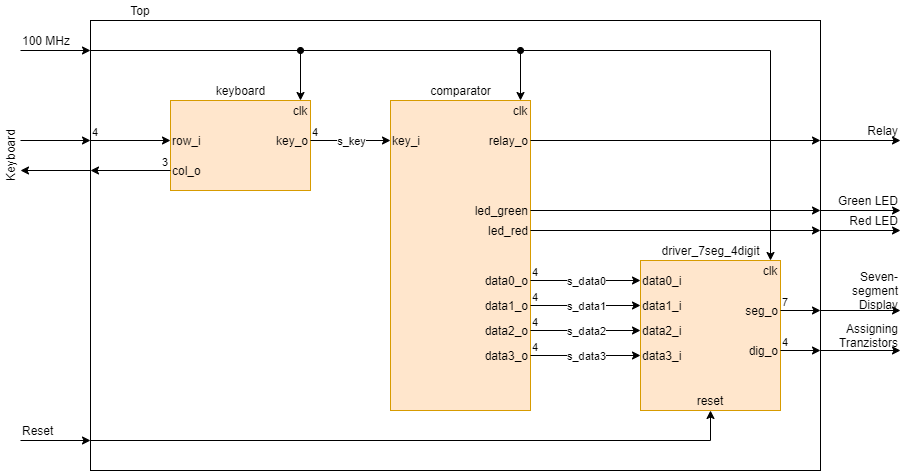
Earlier version of the draw.io export Images/Top-Door_Lock.png (GeorgeNavratil/Door_Lock-DE1_Project). Source tidied: cells renumbered, new cells last; positions are measured from the earlier drawing's top-left corner, leaving out a move shared by most shapes.
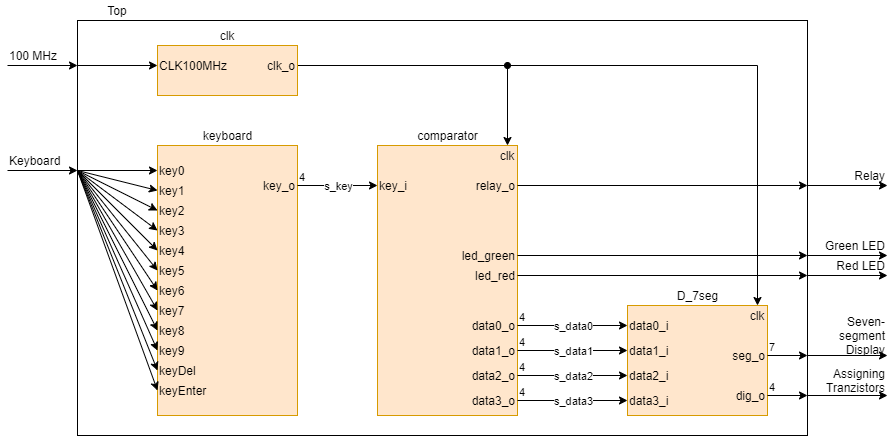
Later version of the same file.

Diff of the diagram source:
```diff
@@ -3,25 +3,19 @@
     <mxCell id="0" />
     <mxCell id="1" parent="0" />
     <mxCell id="2" style="rounded=0;whiteSpace=wrap;html=1;fillColor=none;align=right;" parent="1" vertex="1">
-      <mxGeometry x="100" y="20" width="730" height="450" as="geometry" />
+      <mxGeometry x="100" y="-25" width="730" height="415" as="geometry" />
     </mxCell>
     <mxCell id="3" style="rounded=0;whiteSpace=wrap;html=1;fillColor=#ffe6cc;strokeColor=#d79b00;" parent="1" vertex="1">
-      <mxGeometry x="180" y="100" width="140" height="90" as="geometry" />
+      <mxGeometry x="180" y="100" width="140" height="270" as="geometry" />
     </mxCell>
     <mxCell id="4" value="keyboard" style="text;html=1;strokeColor=none;fillColor=none;align=center;verticalAlign=middle;whiteSpace=wrap;rounded=0;" parent="1" vertex="1">
       <mxGeometry x="217.5" y="80" width="65" height="20" as="geometry" />
     </mxCell>
-    <mxCell id="5" value="row_i" style="text;html=1;strokeColor=none;fillColor=none;align=left;verticalAlign=middle;whiteSpace=wrap;rounded=0;" parent="1" vertex="1">
-      <mxGeometry x="180" y="130" width="40" height="20" as="geometry" />
-    </mxCell>
-    <mxCell id="6" value="col_o" style="text;html=1;strokeColor=none;fillColor=none;align=left;verticalAlign=middle;whiteSpace=wrap;rounded=0;" parent="1" vertex="1">
-      <mxGeometry x="180" y="160" width="40" height="20" as="geometry" />
-    </mxCell>
     <mxCell id="7" value="key_o" style="text;html=1;strokeColor=none;fillColor=none;align=right;verticalAlign=middle;whiteSpace=wrap;rounded=0;" parent="1" vertex="1">
       <mxGeometry x="280" y="130" width="40" height="20" as="geometry" />
     </mxCell>
     <mxCell id="8" style="rounded=0;whiteSpace=wrap;html=1;fillColor=#ffe6cc;strokeColor=#d79b00;" parent="1" vertex="1">
-      <mxGeometry x="400" y="100" width="140" height="310" as="geometry" />
+      <mxGeometry x="400" y="100" width="140" height="270" as="geometry" />
     </mxCell>
     <mxCell id="9" value="comparator" style="text;html=1;strokeColor=none;fillColor=none;align=center;verticalAlign=middle;whiteSpace=wrap;rounded=0;" parent="1" vertex="1">
       <mxGeometry x="437.5" y="80" width="65" height="20" as="geometry" />
@@ -69,14 +63,11 @@
       <mxGeometry x="500" y="345" width="40" height="20" as="geometry" />
     </mxCell>
     <mxCell id="22" style="rounded=0;whiteSpace=wrap;html=1;fillColor=#ffe6cc;strokeColor=#d79b00;" parent="1" vertex="1">
-      <mxGeometry x="650" y="260" width="140" height="150" as="geometry" />
+      <mxGeometry x="650" y="260" width="140" height="110" as="geometry" />
     </mxCell>
-    <mxCell id="23" value="driver_7seg_4digit" style="text;html=1;strokeColor=none;fillColor=none;align=center;verticalAlign=middle;whiteSpace=wrap;rounded=0;" parent="1" vertex="1">
+    <mxCell id="23" value="D_7seg" style="text;html=1;strokeColor=none;fillColor=none;align=center;verticalAlign=middle;whiteSpace=wrap;rounded=0;" parent="1" vertex="1">
       <mxGeometry x="687.5" y="240" width="65" height="20" as="geometry" />
     </mxCell>
-    <mxCell id="24" value="reset" style="text;html=1;strokeColor=none;fillColor=none;align=center;verticalAlign=middle;whiteSpace=wrap;rounded=0;" parent="1" vertex="1">
-      <mxGeometry x="700" y="390" width="40" height="20" as="geometry" />
-    </mxCell>
     <mxCell id="25" value="data0_i" style="text;html=1;strokeColor=none;fillColor=none;align=left;verticalAlign=middle;whiteSpace=wrap;rounded=0;" parent="1" vertex="1">
       <mxGeometry x="650" y="270" width="40" height="20" as="geometry" />
     </mxCell>
@@ -140,24 +131,6 @@
     <mxCell id="45" value="4" style="edgeLabel;html=1;align=left;verticalAlign=bottom;" parent="43" vertex="1">
       <mxGeometry x="-1" relative="1" as="geometry" />
     </mxCell>
-    <mxCell id="46" style="endArrow=classic;html=1;entryX=0;entryY=0.5;entryDx=0;entryDy=0;" parent="1" edge="1" target="5">
-      <mxGeometry relative="1" as="geometry">
-        <mxPoint x="100" y="140" as="sourcePoint" />
-      </mxGeometry>
-    </mxCell>
-    <mxCell id="47" value="4" style="edgeLabel;html=1;align=left;verticalAlign=bottom;" parent="46" vertex="1">
-      <mxGeometry x="-1" relative="1" as="geometry" />
-    </mxCell>
-    <mxCell id="48" style="endArrow=classic;html=1;exitX=0;exitY=0.5;exitDx=0;exitDy=0;" parent="1" edge="1" source="6">
-      <mxGeometry relative="1" as="geometry">
-        <mxPoint x="100" y="170" as="targetPoint" />
-      </mxGeometry>
-    </mxCell>
-    <mxCell id="49" value="3" style="edgeLabel;html=1;align=left;verticalAlign=bottom;" parent="48" vertex="1">
-      <mxGeometry x="-1" relative="1" as="geometry">
-        <mxPoint x="-10" as="offset" />
-      </mxGeometry>
-    </mxCell>
     <mxCell id="50" style="endArrow=classic;html=1;exitX=1;exitY=0.5;exitDx=0;exitDy=0;" parent="1" edge="1" source="29">
       <mxGeometry relative="1" as="geometry">
         <mxPoint x="830" y="310" as="targetPoint" />
@@ -174,74 +147,39 @@
     <mxCell id="53" value="4" style="edgeLabel;html=1;align=left;verticalAlign=bottom;" parent="52" vertex="1">
       <mxGeometry x="-1" relative="1" as="geometry" />
     </mxCell>
-    <mxCell id="54" style="endArrow=classic;html=1;rounded=0;entryX=0.5;entryY=0;entryDx=0;entryDy=0;" parent="1" edge="1" target="56">
+    <mxCell id="54" style="endArrow=classic;html=1;rounded=0;entryX=0.5;entryY=0;entryDx=0;entryDy=0;exitX=1;exitY=0.5;exitDx=0;exitDy=0;" parent="1" edge="1" source="104" target="56">
       <mxGeometry relative="1" as="geometry">
-        <mxPoint x="100" y="50" as="sourcePoint" />
         <Array as="points">
-          <mxPoint x="780" y="50" />
+          <mxPoint x="780" y="20" />
         </Array>
       </mxGeometry>
     </mxCell>
     <mxCell id="55" style="endArrow=classic;html=1;entryX=0.5;entryY=0;entryDx=0;entryDy=0;startArrow=oval;startFill=1;" parent="1" edge="1" target="16">
       <mxGeometry relative="1" as="geometry">
-        <mxPoint x="530" y="50" as="sourcePoint" />
+        <mxPoint x="530" y="20" as="sourcePoint" />
       </mxGeometry>
     </mxCell>
     <mxCell id="56" value="clk" style="text;html=1;strokeColor=none;fillColor=none;align=center;verticalAlign=middle;whiteSpace=wrap;rounded=0;" parent="1" vertex="1">
       <mxGeometry x="770" y="260" width="20" height="20" as="geometry" />
     </mxCell>
-    <mxCell id="57" value="clk" style="text;html=1;strokeColor=none;fillColor=none;align=center;verticalAlign=middle;whiteSpace=wrap;rounded=0;" parent="1" vertex="1">
-      <mxGeometry x="300" y="100" width="20" height="20" as="geometry" />
-    </mxCell>
-    <mxCell id="58" style="endArrow=classic;html=1;entryX=0.5;entryY=0;entryDx=0;entryDy=0;startArrow=oval;startFill=1;" parent="1" edge="1" target="57">
-      <mxGeometry relative="1" as="geometry">
-        <mxPoint x="310" y="50" as="sourcePoint" />
-      </mxGeometry>
-    </mxCell>
-    <mxCell id="59" style="endArrow=classic;html=1;entryX=0.5;entryY=1;entryDx=0;entryDy=0;rounded=0;" parent="1" edge="1" target="24">
-      <mxGeometry relative="1" as="geometry">
-        <mxPoint x="100" y="440" as="sourcePoint" />
-        <Array as="points">
-          <mxPoint x="720" y="440" />
-        </Array>
-      </mxGeometry>
-    </mxCell>
     <mxCell id="60" value="Top" style="text;html=1;strokeColor=none;fillColor=none;align=center;verticalAlign=middle;whiteSpace=wrap;rounded=0;" parent="1" vertex="1">
-      <mxGeometry x="130" width="40" height="20" as="geometry" />
+      <mxGeometry x="120" y="-45" width="40" height="20" as="geometry" />
     </mxCell>
     <mxCell id="61" style="endArrow=classic;html=1;" parent="1" edge="1">
       <mxGeometry relative="1" as="geometry">
-        <mxPoint x="30" y="140" as="sourcePoint" />
-        <mxPoint x="100" y="140" as="targetPoint" />
+        <mxPoint x="30" y="125" as="sourcePoint" />
+        <mxPoint x="100" y="125" as="targetPoint" />
       </mxGeometry>
     </mxCell>
-    <mxCell id="62" style="endArrow=classic;html=1;" parent="1" edge="1">
-      <mxGeometry relative="1" as="geometry">
-        <mxPoint x="100" y="170" as="sourcePoint" />
-        <mxPoint x="30" y="170" as="targetPoint" />
-      </mxGeometry>
-    </mxCell>
-    <mxCell id="63" value="Keyboard" style="text;html=1;strokeColor=none;fillColor=none;align=center;verticalAlign=middle;whiteSpace=wrap;rounded=0;rotation=-90;" parent="1" vertex="1">
-      <mxGeometry y="145" width="40" height="20" as="geometry" />
-    </mxCell>
     <mxCell id="64" style="endArrow=classic;html=1;" parent="1" edge="1">
       <mxGeometry relative="1" as="geometry">
-        <mxPoint x="30" y="50" as="sourcePoint" />
-        <mxPoint x="100" y="50" as="targetPoint" />
+        <mxPoint x="30" y="20" as="sourcePoint" />
+        <mxPoint x="100" y="20" as="targetPoint" />
       </mxGeometry>
     </mxCell>
     <mxCell id="65" value="100 MHz" style="text;html=1;strokeColor=none;fillColor=none;align=left;verticalAlign=middle;whiteSpace=wrap;rounded=0;" parent="1" vertex="1">
-      <mxGeometry x="30" y="30" width="60" height="20" as="geometry" />
+      <mxGeometry x="30" width="60" height="20" as="geometry" />
     </mxCell>
-    <mxCell id="66" style="endArrow=classic;html=1;" parent="1" edge="1">
-      <mxGeometry relative="1" as="geometry">
-        <mxPoint x="30" y="440" as="sourcePoint" />
-        <mxPoint x="100" y="440" as="targetPoint" />
-      </mxGeometry>
-    </mxCell>
-    <mxCell id="67" value="Reset" style="text;html=1;strokeColor=none;fillColor=none;align=left;verticalAlign=middle;whiteSpace=wrap;rounded=0;" parent="1" vertex="1">
-      <mxGeometry x="30" y="420" width="60" height="20" as="geometry" />
-    </mxCell>
     <mxCell id="68" style="endArrow=classic;html=1;entryX=1;entryY=1;entryDx=0;entryDy=0;" parent="1" edge="1" target="69">
       <mxGeometry relative="1" as="geometry">
         <mxPoint x="830" y="310" as="sourcePoint" />
@@ -282,5 +220,124 @@
     <mxCell id="77" value="Assigning Tranzistors" style="text;html=1;strokeColor=none;fillColor=none;align=right;verticalAlign=middle;whiteSpace=wrap;rounded=0;" parent="1" vertex="1">
       <mxGeometry x="850" y="320" width="60" height="30" as="geometry" />
     </mxCell>
+    <mxCell id="63" value="Keyboard" style="text;html=1;strokeColor=none;fillColor=none;align=left;verticalAlign=middle;whiteSpace=wrap;rounded=0;" parent="1" vertex="1">
+      <mxGeometry x="30" y="105" width="60" height="20" as="geometry" />
+    </mxCell>
+    <mxCell id="78" value="key0" style="text;html=1;strokeColor=none;fillColor=none;align=left;verticalAlign=middle;whiteSpace=wrap;rounded=0;" parent="1" vertex="1">
+      <mxGeometry x="180" y="115" width="40" height="20" as="geometry" />
+    </mxCell>
+    <mxCell id="79" value="key1" style="text;html=1;strokeColor=none;fillColor=none;align=left;verticalAlign=middle;whiteSpace=wrap;rounded=0;" parent="1" vertex="1">
+      <mxGeometry x="180" y="135" width="40" height="20" as="geometry" />
+    </mxCell>
+    <mxCell id="80" value="key2" style="text;html=1;strokeColor=none;fillColor=none;align=left;verticalAlign=middle;whiteSpace=wrap;rounded=0;" parent="1" vertex="1">
+      <mxGeometry x="180" y="155" width="40" height="20" as="geometry" />
+    </mxCell>
+    <mxCell id="81" value="key3" style="text;html=1;strokeColor=none;fillColor=none;align=left;verticalAlign=middle;whiteSpace=wrap;rounded=0;" parent="1" vertex="1">
+      <mxGeometry x="180" y="175" width="40" height="20" as="geometry" />
+    </mxCell>
+    <mxCell id="82" value="key4" style="text;html=1;strokeColor=none;fillColor=none;align=left;verticalAlign=middle;whiteSpace=wrap;rounded=0;" parent="1" vertex="1">
+      <mxGeometry x="180" y="195" width="40" height="20" as="geometry" />
+    </mxCell>
+    <mxCell id="83" value="key5" style="text;html=1;strokeColor=none;fillColor=none;align=left;verticalAlign=middle;whiteSpace=wrap;rounded=0;" parent="1" vertex="1">
+      <mxGeometry x="180" y="215" width="40" height="20" as="geometry" />
+    </mxCell>
+    <mxCell id="84" value="key6" style="text;html=1;strokeColor=none;fillColor=none;align=left;verticalAlign=middle;whiteSpace=wrap;rounded=0;" parent="1" vertex="1">
+      <mxGeometry x="180" y="235" width="40" height="20" as="geometry" />
+    </mxCell>
+    <mxCell id="85" value="key7" style="text;html=1;strokeColor=none;fillColor=none;align=left;verticalAlign=middle;whiteSpace=wrap;rounded=0;" parent="1" vertex="1">
+      <mxGeometry x="180" y="255" width="40" height="20" as="geometry" />
+    </mxCell>
+    <mxCell id="86" value="key8" style="text;html=1;strokeColor=none;fillColor=none;align=left;verticalAlign=middle;whiteSpace=wrap;rounded=0;" parent="1" vertex="1">
+      <mxGeometry x="180" y="275" width="40" height="20" as="geometry" />
+    </mxCell>
+    <mxCell id="87" value="key9" style="text;html=1;strokeColor=none;fillColor=none;align=left;verticalAlign=middle;whiteSpace=wrap;rounded=0;" parent="1" vertex="1">
+      <mxGeometry x="180" y="295" width="40" height="20" as="geometry" />
+    </mxCell>
+    <mxCell id="88" value="keyDel" style="text;html=1;strokeColor=none;fillColor=none;align=left;verticalAlign=middle;whiteSpace=wrap;rounded=0;" parent="1" vertex="1">
+      <mxGeometry x="180" y="315" width="40" height="20" as="geometry" />
+    </mxCell>
+    <mxCell id="89" value="keyEnter" style="text;html=1;strokeColor=none;fillColor=none;align=left;verticalAlign=middle;whiteSpace=wrap;rounded=0;" parent="1" vertex="1">
+      <mxGeometry x="180" y="335" width="40" height="20" as="geometry" />
+    </mxCell>
+    <mxCell id="90" style="jettySize=auto;html=1;entryX=0;entryY=0.5;entryDx=0;entryDy=0;" parent="1" edge="1" target="78">
+      <mxGeometry relative="1" as="geometry">
+        <mxPoint x="100" y="125" as="sourcePoint" />
+      </mxGeometry>
+    </mxCell>
+    <mxCell id="91" style="jettySize=auto;html=1;entryX=0;entryY=0.5;entryDx=0;entryDy=0;" parent="1" edge="1" target="79">
+      <mxGeometry relative="1" as="geometry">
+        <mxPoint x="100" y="125" as="sourcePoint" />
+      </mxGeometry>
+    </mxCell>
+    <mxCell id="92" style="jettySize=auto;html=1;entryX=0;entryY=0.5;entryDx=0;entryDy=0;" parent="1" edge="1" target="80">
+      <mxGeometry relative="1" as="geometry">
+        <mxPoint x="100" y="125" as="sourcePoint" />
+      </mxGeometry>
+    </mxCell>
+    <mxCell id="93" style="jettySize=auto;html=1;entryX=0;entryY=0.5;entryDx=0;entryDy=0;" parent="1" edge="1" target="81">
+      <mxGeometry relative="1" as="geometry">
+        <mxPoint x="100" y="125" as="sourcePoint" />
+      </mxGeometry>
+    </mxCell>
+    <mxCell id="94" style="jettySize=auto;html=1;entryX=0;entryY=0.5;entryDx=0;entryDy=0;" parent="1" edge="1" target="82">
+      <mxGeometry relative="1" as="geometry">
+        <mxPoint x="100" y="125" as="sourcePoint" />
+      </mxGeometry>
+    </mxCell>
+    <mxCell id="95" style="jettySize=auto;html=1;entryX=0;entryY=0.5;entryDx=0;entryDy=0;" parent="1" edge="1" target="83">
+      <mxGeometry relative="1" as="geometry">
+        <mxPoint x="100" y="125" as="sourcePoint" />
+      </mxGeometry>
+    </mxCell>
+    <mxCell id="96" style="jettySize=auto;html=1;entryX=0;entryY=0.5;entryDx=0;entryDy=0;" parent="1" edge="1" target="84">
+      <mxGeometry relative="1" as="geometry">
+        <mxPoint x="100" y="125" as="sourcePoint" />
+      </mxGeometry>
+    </mxCell>
+    <mxCell id="97" style="jettySize=auto;html=1;entryX=0;entryY=0.5;entryDx=0;entryDy=0;" parent="1" edge="1" target="85">
+      <mxGeometry relative="1" as="geometry">
+        <mxPoint x="100" y="125" as="sourcePoint" />
+      </mxGeometry>
+    </mxCell>
+    <mxCell id="98" style="jettySize=auto;html=1;entryX=0;entryY=0.5;entryDx=0;entryDy=0;" parent="1" edge="1" target="86">
+      <mxGeometry relative="1" as="geometry">
+        <mxPoint x="100" y="125" as="sourcePoint" />
+      </mxGeometry>
+    </mxCell>
+    <mxCell id="99" style="jettySize=auto;html=1;entryX=0;entryY=0.5;entryDx=0;entryDy=0;" parent="1" edge="1" target="87">
+      <mxGeometry relative="1" as="geometry">
+        <mxPoint x="100" y="125" as="sourcePoint" />
+      </mxGeometry>
+    </mxCell>
+    <mxCell id="100" style="jettySize=auto;html=1;entryX=0;entryY=0.5;entryDx=0;entryDy=0;" parent="1" edge="1" target="88">
+      <mxGeometry relative="1" as="geometry">
+        <mxPoint x="100" y="125" as="sourcePoint" />
+      </mxGeometry>
+    </mxCell>
+    <mxCell id="101" style="jettySize=auto;html=1;entryX=0;entryY=0.5;entryDx=0;entryDy=0;" parent="1" edge="1" target="89">
+      <mxGeometry relative="1" as="geometry">
+        <mxPoint x="100" y="125" as="sourcePoint" />
+      </mxGeometry>
+    </mxCell>
+    <mxCell id="102" style="rounded=0;whiteSpace=wrap;html=1;fillColor=#ffe6cc;strokeColor=#d79b00;" parent="1" vertex="1">
+      <mxGeometry x="180" width="140" height="50" as="geometry" />
+    </mxCell>
+    <mxCell id="57" value="clk" style="text;html=1;strokeColor=none;fillColor=none;align=center;verticalAlign=middle;whiteSpace=wrap;rounded=0;" parent="1" vertex="1">
+      <mxGeometry x="240" y="-20" width="20" height="20" as="geometry" />
+    </mxCell>
+    <mxCell id="103" value="CLK100MHz" style="text;html=1;strokeColor=none;fillColor=none;align=left;verticalAlign=middle;whiteSpace=wrap;rounded=0;" parent="1" vertex="1">
+      <mxGeometry x="180" y="10" width="70" height="20" as="geometry" />
+    </mxCell>
+    <mxCell id="104" value="clk_o" style="text;html=1;strokeColor=none;fillColor=none;align=right;verticalAlign=middle;whiteSpace=wrap;rounded=0;" parent="1" vertex="1">
+      <mxGeometry x="290" y="10" width="30" height="20" as="geometry" />
+    </mxCell>
+    <mxCell id="105" style="endArrow=classic;html=1;entryX=0;entryY=0.5;entryDx=0;entryDy=0;" parent="1" edge="1" target="103">
+      <mxGeometry relative="1" as="geometry">
+        <mxPoint x="100" y="20" as="sourcePoint" />
+      </mxGeometry>
+    </mxCell>
+    <mxCell id="106" style="edgeStyle=none;orthogonalLoop=1;jettySize=auto;html=1;exitX=0;exitY=0.5;exitDx=0;exitDy=0;" parent="1" edge="1" source="57" target="57">
+      <mxGeometry relative="1" as="geometry" />
+    </mxCell>
   </root>
 </mxGraphModel>
```
